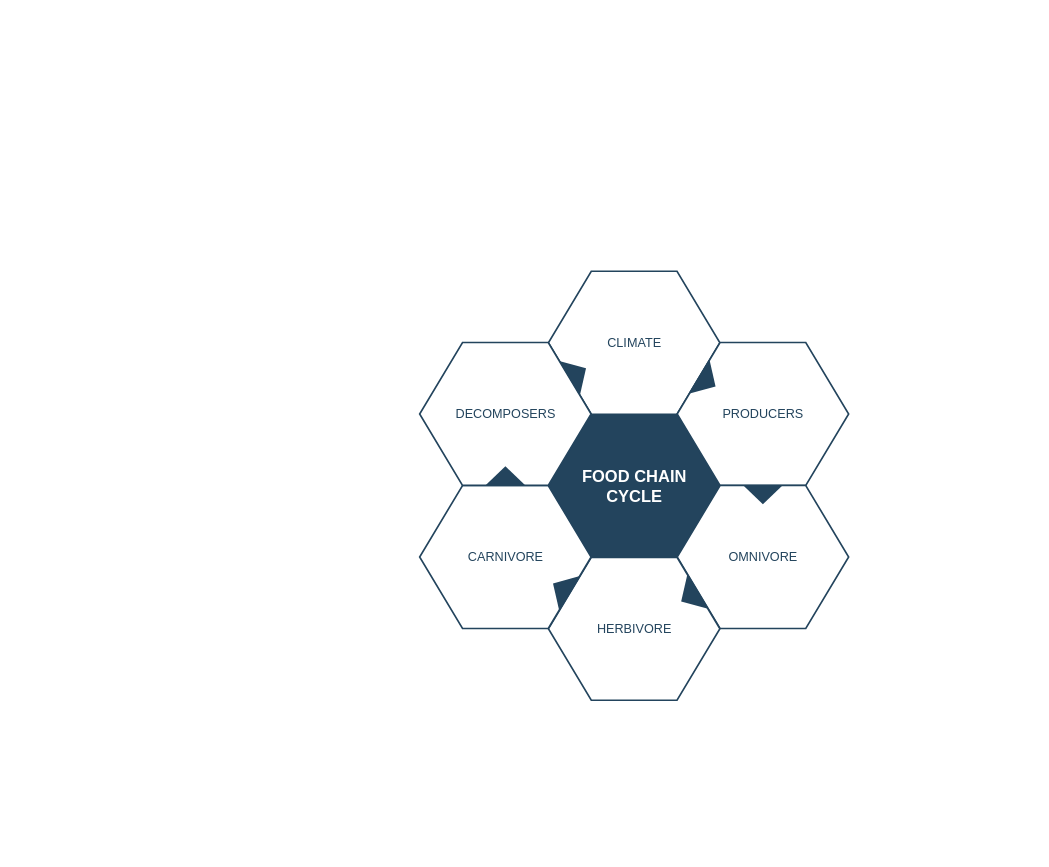
Above: Untitled Diagram.drawio in abzel/exams (draw.io), before the change. Source tidied: cells renumbered, new cells numbered last; positions are measured from the earlier drawing's top-left corner, leaving out a move shared by most shapes. Both pictures are drawn from the tidied source at 55%, with x=0, y=0 at pixel (419, 271).
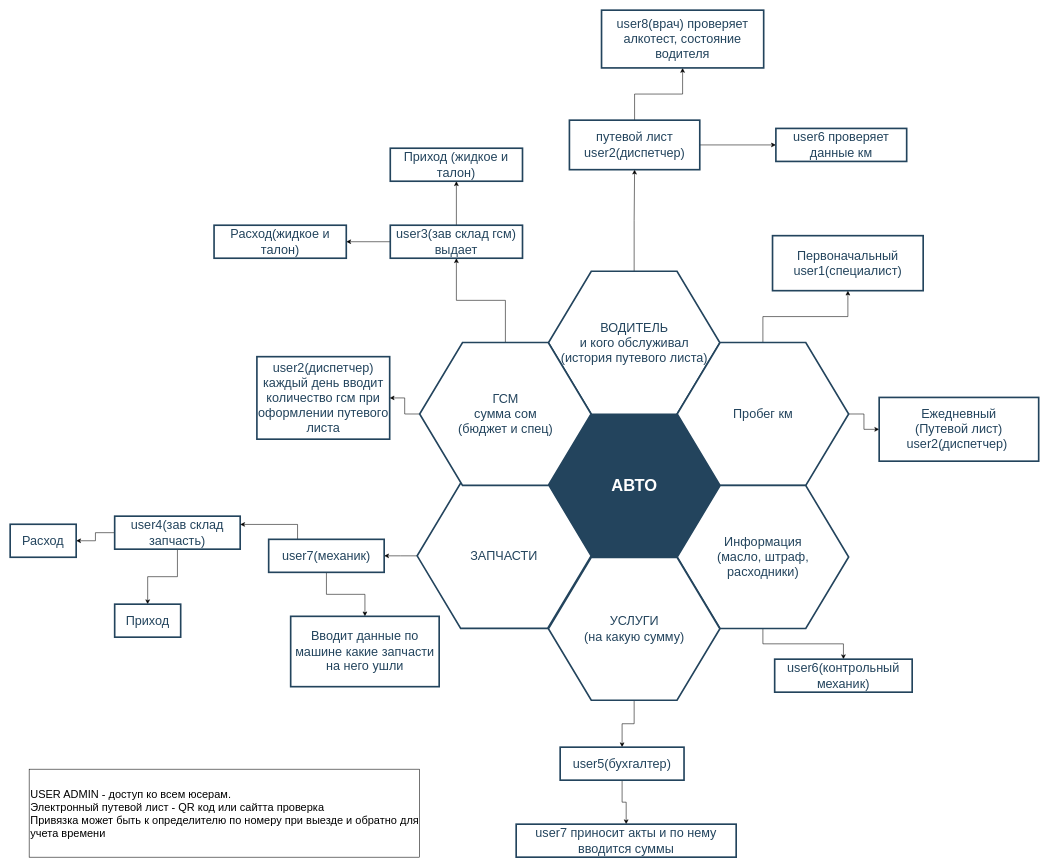
The same diagram, later.

Diff of the diagram source:
```diff
@@
-    <mxCell id="2" value="&lt;font style=&quot;font-size: 30px&quot; color=&quot;#ffffff&quot;&gt;&lt;b&gt;&lt;span&gt;FOOD CHAIN&lt;/span&gt;&lt;br&gt;&lt;span&gt;CYCLE&lt;/span&gt;&lt;/b&gt;&lt;/font&gt;&lt;br&gt;" style="shape=hexagon;perimeter=hexagonPerimeter2;whiteSpace=wrap;html=1;shadow=0;labelBackgroundColor=none;strokeColor=#23445D;fillColor=#23445D;gradientColor=none;fontFamily=Helvetica;fontSize=23;fontColor=#23445d;align=center;strokeWidth=3;" parent="1" vertex="1">
-      <mxGeometry x="234.6" y="259.8" width="311.8" height="259.9" as="geometry" />
+    <mxCell id="2" value="&lt;font color=&quot;#ffffff&quot;&gt;&lt;span style=&quot;font-size: 30px&quot;&gt;&lt;b&gt;АВТО&lt;/b&gt;&lt;/span&gt;&lt;/font&gt;" style="shape=hexagon;perimeter=hexagonPerimeter2;whiteSpace=wrap;html=1;shadow=0;labelBackgroundColor=none;strokeColor=#23445D;fillColor=#23445D;gradientColor=none;fontFamily=Helvetica;fontSize=23;fontColor=#23445d;align=center;strokeWidth=3;" parent="1" vertex="1">
+      <mxGeometry x="235.3" y="259.5" width="311.8" height="259.9" as="geometry" />
     </mxCell>
@@
+    <mxCell id="16" style="edgeStyle=orthogonalEdgeStyle;rounded=0;jettySize=auto;html=1;" parent="1" edge="1" source="4" target="28">
+      <mxGeometry relative="1" as="geometry" />
+    </mxCell>
-    <mxCell id="4" value="&lt;font style=&quot;font-size: 23px&quot;&gt;CLIMATE&lt;/font&gt;" style="shape=hexagon;perimeter=hexagonPerimeter2;whiteSpace=wrap;html=1;shadow=0;labelBackgroundColor=none;strokeColor=#23445D;fillColor=#ffffff;gradientColor=none;fontFamily=Helvetica;fontSize=23;fontColor=#23445D;align=center;strokeWidth=3;" parent="1" vertex="1">
+    <mxCell id="4" value="&lt;font style=&quot;font-size: 23px&quot;&gt;ВОДИТЕЛЬ&lt;br&gt;и кого обслуживал&lt;br&gt;(история путевого листа)&lt;br&gt;&lt;/font&gt;" style="shape=hexagon;perimeter=hexagonPerimeter2;whiteSpace=wrap;html=1;shadow=0;labelBackgroundColor=none;strokeColor=#23445D;fillColor=#ffffff;gradientColor=none;fontFamily=Helvetica;fontSize=23;fontColor=#23445D;align=center;strokeWidth=3;" parent="1" vertex="1">
       <mxGeometry x="234.6" y="-0.3" width="311.8" height="259.9" as="geometry" />
     </mxCell>
+    <mxCell id="17" style="edgeStyle=orthogonalEdgeStyle;rounded=0;jettySize=auto;html=1;" parent="1" edge="1" source="5" target="24">
+      <mxGeometry relative="1" as="geometry" />
+    </mxCell>
+    <mxCell id="18" style="edgeStyle=orthogonalEdgeStyle;rounded=0;jettySize=auto;html=1;" parent="1" edge="1" source="5" target="25">
+      <mxGeometry relative="1" as="geometry" />
+    </mxCell>
-    <mxCell id="5" value="&lt;font style=&quot;font-size: 23px&quot;&gt;PRODUCERS&lt;/font&gt;" style="shape=hexagon;perimeter=hexagonPerimeter2;whiteSpace=wrap;html=1;shadow=0;labelBackgroundColor=none;strokeColor=#23445D;fillColor=#FFFFFF;gradientColor=none;fontFamily=Helvetica;fontSize=23;fontColor=#23445d;align=center;strokeWidth=3;" parent="1" vertex="1">
+    <mxCell id="5" value="Пробег км" style="shape=hexagon;perimeter=hexagonPerimeter2;whiteSpace=wrap;html=1;shadow=0;labelBackgroundColor=none;strokeColor=#23445D;fillColor=#FFFFFF;gradientColor=none;fontFamily=Helvetica;fontSize=23;fontColor=#23445d;align=center;strokeWidth=3;" parent="1" vertex="1">
       <mxGeometry x="468.7" y="129.2" width="311.8" height="259.9" as="geometry" />
     </mxCell>
+    <mxCell id="19" style="edgeStyle=orthogonalEdgeStyle;rounded=0;jettySize=auto;html=1;" parent="1" edge="1" source="6" target="38">
+      <mxGeometry relative="1" as="geometry" />
+    </mxCell>
-    <mxCell id="6" value="&lt;font style=&quot;font-size: 23px&quot;&gt;OMNIVORE&lt;/font&gt;" style="shape=hexagon;perimeter=hexagonPerimeter2;whiteSpace=wrap;html=1;shadow=0;labelBackgroundColor=none;strokeColor=#23445D;fillColor=#FFFFFF;gradientColor=none;fontFamily=Helvetica;fontSize=23;fontColor=#23445d;align=center;strokeWidth=3;" parent="1" vertex="1">
+    <mxCell id="6" value="&lt;font style=&quot;font-size: 23px&quot;&gt;Информация&lt;br&gt;(масло, штраф, &lt;br&gt;расходники)&lt;br&gt;&lt;/font&gt;" style="shape=hexagon;perimeter=hexagonPerimeter2;whiteSpace=wrap;html=1;shadow=0;labelBackgroundColor=none;strokeColor=#23445D;fillColor=#FFFFFF;gradientColor=none;fontFamily=Helvetica;fontSize=23;fontColor=#23445d;align=center;strokeWidth=3;" parent="1" vertex="1">
       <mxGeometry x="468.7" y="389.3" width="311.8" height="259.9" as="geometry" />
     </mxCell>
+    <mxCell id="20" style="edgeStyle=orthogonalEdgeStyle;rounded=0;jettySize=auto;html=1;" parent="1" edge="1" source="7" target="37">
+      <mxGeometry relative="1" as="geometry" />
+    </mxCell>
-    <mxCell id="7" value="&lt;font style=&quot;font-size: 23px&quot;&gt;HERBIVORE&lt;/font&gt;" style="shape=hexagon;perimeter=hexagonPerimeter2;whiteSpace=wrap;html=1;shadow=0;labelBackgroundColor=none;strokeColor=#23445D;fillColor=#FFFFFF;gradientColor=none;fontFamily=Helvetica;fontSize=23;fontColor=#23445d;align=center;strokeWidth=3;" parent="1" vertex="1">
+    <mxCell id="7" value="УСЛУГИ&lt;br&gt;(на какую сумму)" style="shape=hexagon;perimeter=hexagonPerimeter2;whiteSpace=wrap;html=1;shadow=0;labelBackgroundColor=none;strokeColor=#23445D;fillColor=#FFFFFF;gradientColor=none;fontFamily=Helvetica;fontSize=23;fontColor=#23445d;align=center;strokeWidth=3;" parent="1" vertex="1">
       <mxGeometry x="234.6" y="519.8" width="311.8" height="259.9" as="geometry" />
     </mxCell>
+    <mxCell id="21" style="edgeStyle=orthogonalEdgeStyle;rounded=0;jettySize=auto;html=1;" parent="1" edge="1" source="8" target="45">
+      <mxGeometry relative="1" as="geometry" />
+    </mxCell>
-    <mxCell id="8" value="&lt;font style=&quot;font-size: 23px&quot;&gt;CARNIVORE&lt;/font&gt;" style="shape=hexagon;perimeter=hexagonPerimeter2;whiteSpace=wrap;html=1;shadow=0;labelBackgroundColor=none;strokeColor=#23445D;fillColor=#FFFFFF;gradientColor=none;fontFamily=Helvetica;fontSize=23;fontColor=#23445d;align=center;strokeWidth=3;" parent="1" vertex="1">
-      <mxGeometry x="0.5" y="389.3" width="311.8" height="259.9" as="geometry" />
+    <mxCell id="8" value="&lt;font style=&quot;font-size: 23px&quot;&gt;ЗАПЧАСТИ&lt;/font&gt;" style="shape=hexagon;perimeter=hexagonPerimeter2;whiteSpace=wrap;html=1;shadow=0;labelBackgroundColor=none;strokeColor=#23445D;fillColor=#FFFFFF;gradientColor=none;fontFamily=Helvetica;fontSize=23;fontColor=#23445d;align=center;strokeWidth=3;" parent="1" vertex="1">
+      <mxGeometry x="-4" y="385" width="316.3" height="264.1" as="geometry" />
     </mxCell>
+    <mxCell id="22" style="edgeStyle=orthogonalEdgeStyle;rounded=0;jettySize=auto;html=1;" parent="1" edge="1" source="9" target="31">
+      <mxGeometry relative="1" as="geometry" />
+    </mxCell>
+    <mxCell id="23" style="edgeStyle=orthogonalEdgeStyle;rounded=0;jettySize=auto;html=1;" parent="1" edge="1" source="9" target="32">
+      <mxGeometry relative="1" as="geometry" />
+    </mxCell>
-    <mxCell id="9" value="&lt;font style=&quot;font-size: 23px;&quot;&gt;DECOMPOSERS&lt;/font&gt;" style="shape=hexagon;perimeter=hexagonPerimeter2;whiteSpace=wrap;html=1;shadow=0;labelBackgroundColor=none;strokeColor=#23445D;fillColor=#ffffff;gradientColor=none;fontFamily=Helvetica;fontSize=23;fontColor=#23445D;align=center;strokeWidth=3;" parent="1" vertex="1">
+    <mxCell id="9" value="&lt;font style=&quot;font-size: 23px&quot;&gt;ГСМ &lt;br&gt;сумма сом&lt;br&gt;(бюджет и спец)&lt;/font&gt;" style="shape=hexagon;perimeter=hexagonPerimeter2;whiteSpace=wrap;html=1;shadow=0;labelBackgroundColor=none;strokeColor=#23445D;fillColor=#ffffff;gradientColor=none;fontFamily=Helvetica;fontSize=23;fontColor=#23445D;align=center;strokeWidth=3;" parent="1" vertex="1">
       <mxGeometry x="0.5" y="129.2" width="311.8" height="259.9" as="geometry" />
     </mxCell>
-    <mxCell id="10" style="triangle;whiteSpace=wrap;html=1;shadow=0;labelBackgroundColor=none;strokeColor=none;fillColor=#23445D;fontFamily=Helvetica;fontSize=17;fontColor=#23445d;align=center;rotation=31;gradientColor=none;strokeWidth=3;" parent="1" vertex="1">
-      <mxGeometry x="506" y="163.7" width="35" height="73" as="geometry" />
-    </mxCell>
-    <mxCell id="11" style="triangle;whiteSpace=wrap;html=1;shadow=0;labelBackgroundColor=none;strokeColor=none;fillColor=#23445D;fontFamily=Helvetica;fontSize=17;fontColor=#23445d;align=center;rotation=31;gradientColor=none;flipH=1;strokeWidth=3;" parent="1" vertex="1">
-      <mxGeometry x="240.5" y="539.7" width="35" height="73" as="geometry" />
-    </mxCell>
-    <mxCell id="12" style="triangle;whiteSpace=wrap;html=1;shadow=0;labelBackgroundColor=none;strokeColor=none;fillColor=#23445D;fontFamily=Helvetica;fontSize=17;fontColor=#23445d;align=center;rotation=329;gradientColor=none;strokeWidth=3;" parent="1" vertex="1">
-      <mxGeometry x="270.5" y="148.7" width="35" height="73" as="geometry" />
-    </mxCell>
-    <mxCell id="13" style="triangle;whiteSpace=wrap;html=1;shadow=0;labelBackgroundColor=none;strokeColor=none;fillColor=#23445D;fontFamily=Helvetica;fontSize=17;fontColor=#23445d;align=center;rotation=329;gradientColor=none;flipH=1;strokeWidth=3;" parent="1" vertex="1">
-      <mxGeometry x="473.5" y="554.7" width="35" height="73" as="geometry" />
-    </mxCell>
-    <mxCell id="14" style="triangle;whiteSpace=wrap;html=1;shadow=0;labelBackgroundColor=none;strokeColor=none;fillColor=#23445D;fontFamily=Helvetica;fontSize=17;fontColor=#23445d;align=center;rotation=90;gradientColor=none;strokeWidth=3;" parent="1" vertex="1">
-      <mxGeometry x="607.1" y="369.2" width="35" height="73" as="geometry" />
-    </mxCell>
-    <mxCell id="15" style="triangle;whiteSpace=wrap;html=1;shadow=0;labelBackgroundColor=none;strokeColor=none;fillColor=#23445D;fontFamily=Helvetica;fontSize=17;fontColor=#23445d;align=center;rotation=90;gradientColor=none;flipH=1;strokeWidth=3;" parent="1" vertex="1">
-      <mxGeometry x="138.9" y="335.2" width="35" height="73" as="geometry" />
-    </mxCell>
+    <mxCell id="24" value="Первоначальный&lt;br&gt;user1(специалист)" style="whiteSpace=wrap;html=1;shadow=0;fontSize=23;fontColor=#23445d;strokeColor=#23445D;strokeWidth=3;fillColor=#FFFFFF;" parent="1" vertex="1">
+      <mxGeometry x="642.1" y="-65" width="273.9" height="100" as="geometry" />
+    </mxCell>
+    <mxCell id="25" value="Ежедневный&lt;br&gt;(Путевой лист) user2(диспетчер)&amp;nbsp;" style="whiteSpace=wrap;html=1;shadow=0;fontSize=23;fontColor=#23445d;strokeColor=#23445D;strokeWidth=3;fillColor=#FFFFFF;" parent="1" vertex="1">
+      <mxGeometry x="836" y="229.1" width="290" height="115.9" as="geometry" />
+    </mxCell>
+    <mxCell id="26" style="edgeStyle=orthogonalEdgeStyle;rounded=0;jettySize=auto;html=1;" parent="1" edge="1" source="28" target="48">
+      <mxGeometry relative="1" as="geometry" />
+    </mxCell>
+    <mxCell id="27" style="edgeStyle=orthogonalEdgeStyle;rounded=0;jettySize=auto;html=1;" parent="1" edge="1" source="28" target="49">
+      <mxGeometry relative="1" as="geometry" />
+    </mxCell>
+    <mxCell id="28" value="путевой лист &lt;br&gt;user2(диспетчер)" style="whiteSpace=wrap;html=1;shadow=0;fontSize=23;fontColor=#23445D;strokeColor=#23445D;strokeWidth=3;" parent="1" vertex="1">
+      <mxGeometry x="272.8" y="-275" width="237" height="90" as="geometry" />
+    </mxCell>
+    <mxCell id="29" style="edgeStyle=orthogonalEdgeStyle;rounded=0;jettySize=auto;html=1;" parent="1" edge="1" source="31" target="39">
+      <mxGeometry relative="1" as="geometry" />
+    </mxCell>
+    <mxCell id="30" style="edgeStyle=orthogonalEdgeStyle;rounded=0;jettySize=auto;html=1;" parent="1" edge="1" source="31" target="40">
+      <mxGeometry relative="1" as="geometry" />
+    </mxCell>
+    <mxCell id="31" value="user3(зав склад гсм) выдает" style="whiteSpace=wrap;html=1;shadow=0;fontSize=23;fontColor=#23445D;strokeColor=#23445D;strokeWidth=3;" parent="1" vertex="1">
+      <mxGeometry x="-52.9" y="-84" width="240.4" height="60" as="geometry" />
+    </mxCell>
+    <mxCell id="32" value="user2(диспетчер) каждый день вводит количество гсм при оформлении путевого листа" style="whiteSpace=wrap;html=1;shadow=0;fontSize=23;fontColor=#23445D;strokeColor=#23445D;strokeWidth=3;" parent="1" vertex="1">
+      <mxGeometry x="-295.4" y="155" width="241.4" height="150" as="geometry" />
+    </mxCell>
+    <mxCell id="33" style="edgeStyle=orthogonalEdgeStyle;rounded=0;jettySize=auto;html=1;" parent="1" edge="1" source="35" target="41">
+      <mxGeometry relative="1" as="geometry" />
+    </mxCell>
+    <mxCell id="34" style="edgeStyle=orthogonalEdgeStyle;rounded=0;jettySize=auto;html=1;" parent="1" edge="1" source="35" target="42">
+      <mxGeometry relative="1" as="geometry" />
+    </mxCell>
+    <mxCell id="35" value="user4(зав склад запчасть)" style="whiteSpace=wrap;html=1;shadow=0;fontSize=23;fontColor=#23445d;strokeColor=#23445D;strokeWidth=3;fillColor=#FFFFFF;" parent="1" vertex="1">
+      <mxGeometry x="-554" y="445" width="228.2" height="60" as="geometry" />
+    </mxCell>
+    <mxCell id="36" style="edgeStyle=orthogonalEdgeStyle;rounded=0;jettySize=auto;html=1;" parent="1" edge="1" source="37" target="47">
+      <mxGeometry relative="1" as="geometry" />
+    </mxCell>
+    <mxCell id="37" value="user5(бухгалтер)" style="whiteSpace=wrap;html=1;shadow=0;fontSize=23;fontColor=#23445d;strokeColor=#23445D;strokeWidth=3;fillColor=#FFFFFF;" parent="1" vertex="1">
+      <mxGeometry x="256" y="865" width="225.2" height="60" as="geometry" />
+    </mxCell>
+    <mxCell id="38" value="user6(контрольный механик)" style="whiteSpace=wrap;html=1;shadow=0;fontSize=23;fontColor=#23445d;strokeColor=#23445D;strokeWidth=3;fillColor=#FFFFFF;" parent="1" vertex="1">
+      <mxGeometry x="646" y="705" width="250" height="60" as="geometry" />
+    </mxCell>
+    <mxCell id="39" value="Расход(жидкое и талон)" style="whiteSpace=wrap;html=1;shadow=0;fontSize=23;fontColor=#23445D;strokeColor=#23445D;strokeWidth=3;" parent="1" vertex="1">
+      <mxGeometry x="-373.3" y="-84" width="240.4" height="60" as="geometry" />
+    </mxCell>
+    <mxCell id="40" value="Приход (жидкое и талон)" style="whiteSpace=wrap;html=1;shadow=0;fontSize=23;fontColor=#23445D;strokeColor=#23445D;strokeWidth=3;" parent="1" vertex="1">
+      <mxGeometry x="-52.9" y="-224" width="240.4" height="60" as="geometry" />
+    </mxCell>
+    <mxCell id="41" value="Приход" style="whiteSpace=wrap;html=1;shadow=0;fontSize=23;fontColor=#23445d;strokeColor=#23445D;strokeWidth=3;fillColor=#FFFFFF;" parent="1" vertex="1">
+      <mxGeometry x="-554" y="605" width="120" height="60" as="geometry" />
+    </mxCell>
+    <mxCell id="42" value="Расход" style="whiteSpace=wrap;html=1;shadow=0;fontSize=23;fontColor=#23445d;strokeColor=#23445D;strokeWidth=3;fillColor=#FFFFFF;" parent="1" vertex="1">
+      <mxGeometry x="-744" y="459.7" width="120" height="60" as="geometry" />
+    </mxCell>
+    <mxCell id="43" style="edgeStyle=orthogonalEdgeStyle;rounded=0;jettySize=auto;html=1;exitX=0.25;exitY=0;exitDx=0;exitDy=0;entryX=1;entryY=0.25;entryDx=0;entryDy=0;" parent="1" edge="1" source="45" target="35">
+      <mxGeometry relative="1" as="geometry" />
+    </mxCell>
+    <mxCell id="44" style="edgeStyle=orthogonalEdgeStyle;rounded=0;jettySize=auto;html=1;" parent="1" edge="1" source="45" target="46">
+      <mxGeometry relative="1" as="geometry" />
+    </mxCell>
+    <mxCell id="45" value="user7(механик)" style="whiteSpace=wrap;html=1;shadow=0;fontSize=23;fontColor=#23445d;strokeColor=#23445D;strokeWidth=3;fillColor=#FFFFFF;" parent="1" vertex="1">
+      <mxGeometry x="-274" y="487.1" width="210" height="60" as="geometry" />
+    </mxCell>
+    <mxCell id="46" value="Вводит данные по машине какие запчасти на него ушли" style="whiteSpace=wrap;html=1;shadow=0;fontSize=23;fontColor=#23445d;strokeColor=#23445D;strokeWidth=3;fillColor=#FFFFFF;" parent="1" vertex="1">
+      <mxGeometry x="-234" y="627.1" width="270" height="127.9" as="geometry" />
+    </mxCell>
+    <mxCell id="47" value="user7 приносит акты и по нему вводится суммы" style="whiteSpace=wrap;html=1;shadow=0;fontSize=23;fontColor=#23445d;strokeColor=#23445D;strokeWidth=3;fillColor=#FFFFFF;" parent="1" vertex="1">
+      <mxGeometry x="176" y="1005" width="400" height="60" as="geometry" />
+    </mxCell>
+    <mxCell id="48" value="user6 проверяет данные км" style="whiteSpace=wrap;html=1;shadow=0;fontSize=23;fontColor=#23445D;strokeColor=#23445D;strokeWidth=3;" parent="1" vertex="1">
+      <mxGeometry x="648.2" y="-260" width="237.8" height="60" as="geometry" />
+    </mxCell>
+    <mxCell id="49" value="user8(врач) проверяет алкотест, состояние водителя" style="whiteSpace=wrap;html=1;shadow=0;fontSize=23;fontColor=#23445D;strokeColor=#23445D;strokeWidth=3;" parent="1" vertex="1">
+      <mxGeometry x="331.2" y="-475" width="294.8" height="105" as="geometry" />
+    </mxCell>
+    <mxCell id="50" value="&lt;div&gt;&lt;span style=&quot;font-size: 20px&quot;&gt;&lt;br&gt;&lt;/span&gt;&lt;/div&gt;&lt;div&gt;&lt;span style=&quot;font-size: 20px&quot;&gt;USER ADMIN - доступ ко всем юсерам.&lt;/span&gt;&lt;/div&gt;&lt;font style=&quot;font-size: 20px&quot;&gt;&lt;div&gt;Электронный путевой лист - QR код или сайтта проверка&lt;/div&gt;&lt;div&gt;Привязка может быть к определителю по номеру при выезде и обратно для учета времени&lt;/div&gt;&lt;br&gt;&lt;/font&gt;" style="rounded=0;whiteSpace=wrap;html=1;align=left;" parent="1" vertex="1">
+      <mxGeometry x="-709.5" y="905" width="710" height="160" as="geometry" />
+    </mxCell>
```
